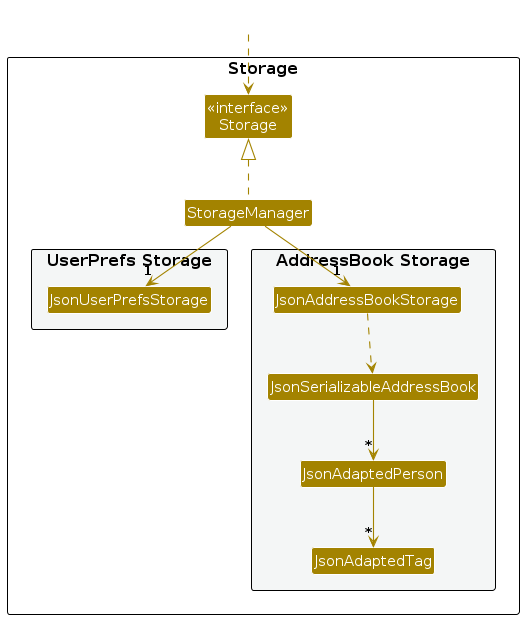
Earlier version of the PlantUML export diagrams/StorageClassDiagram.png (AY2627S1-CS2103T-T09-2/tp). Its source is kept beside it as diagrams/StorageClassDiagram.puml.
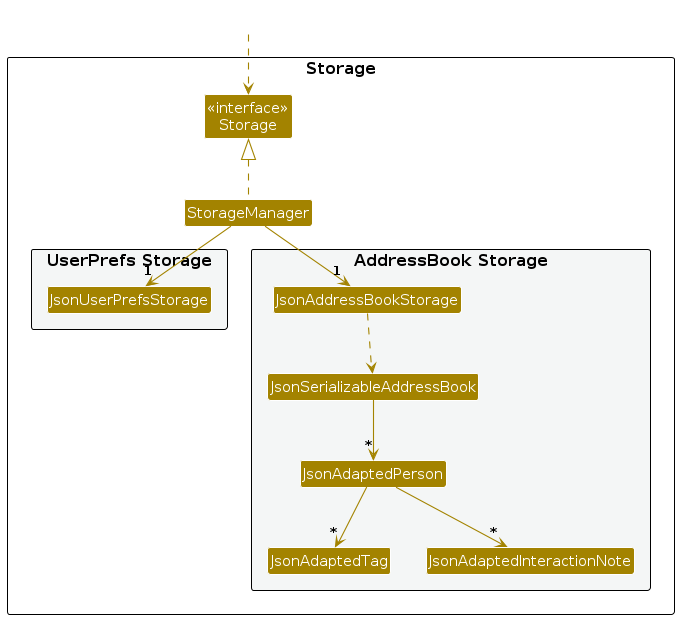
After the change.

Change to the diagram source:
```diff
@@ -18,6 +18,7 @@
 Class JsonSerializableAddressBook
 Class JsonAdaptedPerson
 Class JsonAdaptedTag
+Class JsonAdaptedInteractionNote
 }
 
 }
@@ -32,5 +33,6 @@
 JsonAddressBookStorage ..> JsonSerializableAddressBook
 JsonSerializableAddressBook --> "*" JsonAdaptedPerson
 JsonAdaptedPerson --> "*" JsonAdaptedTag
+JsonAdaptedPerson --> "*" JsonAdaptedInteractionNote
 
 @enduml
```
